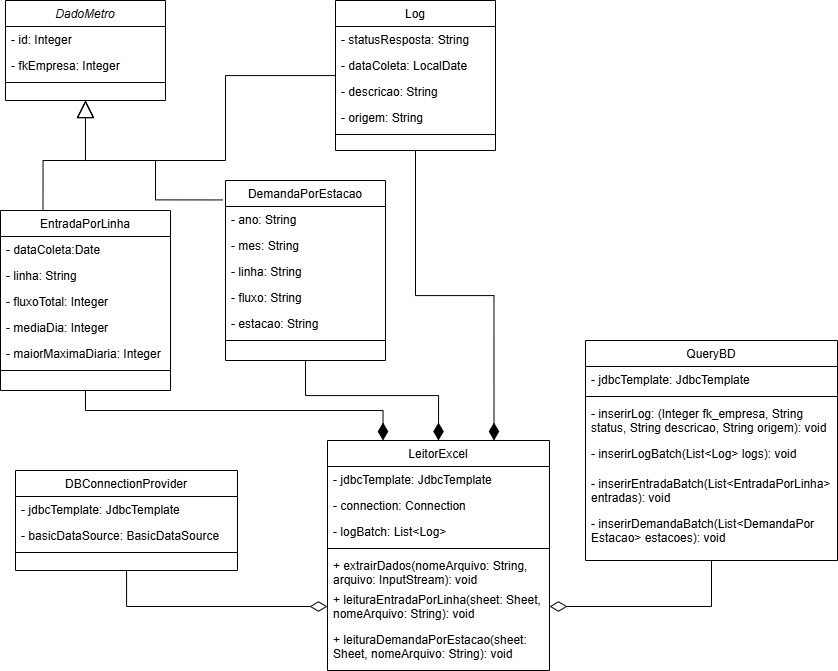
Earlier version of the draw.io export Documentos/Diagramas/Classe/diagrama de classe ETL.png (FaelPavani/FluxoCerto). Source tidied: cells renumbered, new cells last; positions are measured from the earlier drawing's top-left corner, leaving out a move shared by most shapes.
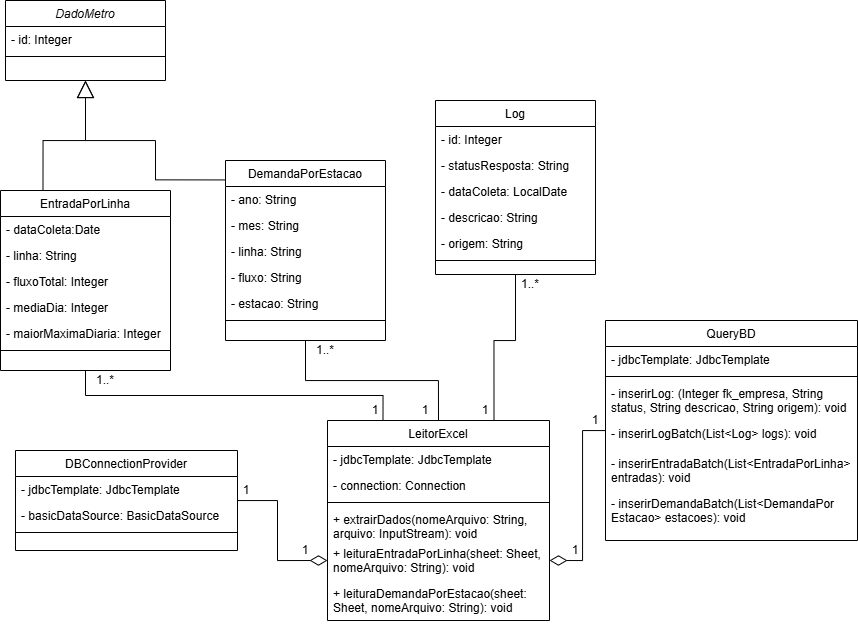
Above is the later version.

Commit message:
Atualizei o nome do diagrama de sequencia de cadastro

What changed in the source:
```diff
@@ -3,21 +3,18 @@
     <mxCell id="0" />
     <mxCell id="1" parent="0" />
     <mxCell id="2" value="DadoMetro" style="swimlane;fontStyle=2;align=center;verticalAlign=top;horizontal=1;startSize=26;rounded=0;shadow=0;strokeWidth=1;" parent="1" vertex="1">
-      <mxGeometry x="5" width="160" height="100" as="geometry" />
+      <mxGeometry x="5" y="20" width="160" height="80" as="geometry" />
     </mxCell>
     <mxCell id="3" value="- id: Integer" style="text;align=left;verticalAlign=top;spacingLeft=4;spacingRight=4;overflow=hidden;" parent="2" vertex="1">
       <mxGeometry y="26" width="160" height="26" as="geometry" />
     </mxCell>
-    <mxCell id="4" value="- fkEmpresa: Integer " style="text;align=left;verticalAlign=top;spacingLeft=4;spacingRight=4;overflow=hidden;rounded=0;shadow=0;html=0;" parent="2" vertex="1">
-      <mxGeometry y="52" width="160" height="26" as="geometry" />
-    </mxCell>
     <mxCell id="5" style="line;html=1;strokeWidth=1;align=left;verticalAlign=middle;spacingTop=-1;spacingLeft=3;spacingRight=3;labelPosition=right;" parent="2" vertex="1">
-      <mxGeometry y="78" width="160" height="8" as="geometry" />
+      <mxGeometry y="52" width="160" height="8" as="geometry" />
     </mxCell>
     <mxCell id="6" style="edgeStyle=orthogonalEdgeStyle;rounded=0;jettySize=auto;html=1;entryX=0.5;entryY=1;entryDx=0;entryDy=0;endSize=15;endArrow=block;endFill=0;exitX=0.25;exitY=0;exitDx=0;exitDy=0;" parent="1" edge="1" source="8" target="2">
       <mxGeometry relative="1" as="geometry" />
     </mxCell>
-    <mxCell id="7" style="edgeStyle=orthogonalEdgeStyle;rounded=0;jettySize=auto;html=1;entryX=0.25;entryY=0;entryDx=0;entryDy=0;exitX=0.5;exitY=1;exitDx=0;exitDy=0;endArrow=diamondThin;endFill=1;endSize=15;" parent="1" edge="1" source="8" target="24">
+    <mxCell id="7" style="edgeStyle=orthogonalEdgeStyle;rounded=0;jettySize=auto;html=1;entryX=0.25;entryY=0;entryDx=0;entryDy=0;exitX=0.5;exitY=1;exitDx=0;exitDy=0;endArrow=none;endFill=1;endSize=15;startFill=0;" parent="1" edge="1" source="8" target="24">
       <mxGeometry relative="1" as="geometry" />
     </mxCell>
     <mxCell id="8" value="EntradaPorLinha" style="swimlane;fontStyle=0;align=center;verticalAlign=top;horizontal=1;startSize=26;rounded=0;shadow=0;strokeWidth=1;" parent="1" vertex="1">
@@ -41,7 +38,7 @@
     <mxCell id="14" style="line;html=1;strokeWidth=1;align=left;verticalAlign=middle;spacingTop=-1;spacingLeft=3;spacingRight=3;labelPosition=right;" parent="8" vertex="1">
       <mxGeometry y="156" width="170" height="8" as="geometry" />
     </mxCell>
-    <mxCell id="15" style="edgeStyle=orthogonalEdgeStyle;rounded=0;jettySize=auto;html=1;entryX=0.5;entryY=1;entryDx=0;entryDy=0;exitX=-0.018;exitY=0.108;exitDx=0;exitDy=0;exitPerimeter=0;endSize=15;endArrow=block;endFill=0;" parent="1" edge="1" source="17" target="2">
+    <mxCell id="15" style="edgeStyle=orthogonalEdgeStyle;rounded=0;jettySize=auto;html=1;entryX=0.5;entryY=1;entryDx=0;entryDy=0;exitX=0;exitY=0.108;exitDx=0;exitDy=0;exitPerimeter=0;endSize=15;endArrow=block;endFill=0;" parent="1" edge="1" source="17" target="2">
       <mxGeometry relative="1" as="geometry">
         <Array as="points">
           <mxPoint x="155" y="199" />
@@ -50,7 +47,7 @@
         </Array>
       </mxGeometry>
     </mxCell>
-    <mxCell id="16" style="edgeStyle=orthogonalEdgeStyle;rounded=0;jettySize=auto;html=1;entryX=0.5;entryY=0;entryDx=0;entryDy=0;endArrow=diamondThin;endFill=1;endSize=15;" parent="1" edge="1" source="17" target="24">
+    <mxCell id="16" style="edgeStyle=orthogonalEdgeStyle;rounded=0;jettySize=auto;html=1;entryX=0.5;entryY=0;entryDx=0;entryDy=0;endArrow=none;endFill=1;endSize=15;startFill=0;" parent="1" edge="1" source="17" target="24">
       <mxGeometry relative="1" as="geometry" />
     </mxCell>
     <mxCell id="17" value="DemandaPorEstacao" style="swimlane;fontStyle=0;align=center;verticalAlign=top;horizontal=1;startSize=26;rounded=0;shadow=0;strokeWidth=1;" parent="1" vertex="1">
@@ -75,7 +72,7 @@
       <mxGeometry y="156" width="160" height="8" as="geometry" />
     </mxCell>
     <mxCell id="24" value="LeitorExcel" style="swimlane;fontStyle=0;align=center;verticalAlign=top;horizontal=1;startSize=26;rounded=0;shadow=0;strokeWidth=1;" parent="1" vertex="1">
-      <mxGeometry x="327" y="440" width="222" height="230" as="geometry" />
+      <mxGeometry x="327" y="440" width="222" height="200" as="geometry" />
     </mxCell>
     <mxCell id="25" value="- jdbcTemplate: JdbcTemplate" style="text;align=left;verticalAlign=top;spacingLeft=4;spacingRight=4;overflow=hidden;" parent="24" vertex="1">
       <mxGeometry y="26" width="222" height="26" as="geometry" />
@@ -83,20 +80,17 @@
     <mxCell id="26" value="- connection: Connection" style="text;align=left;verticalAlign=top;spacingLeft=4;spacingRight=4;overflow=hidden;rounded=0;shadow=0;html=0;" parent="24" vertex="1">
       <mxGeometry y="52" width="222" height="26" as="geometry" />
     </mxCell>
-    <mxCell id="27" value="- logBatch: List&lt;Log&gt;" style="text;align=left;verticalAlign=top;spacingLeft=4;spacingRight=4;overflow=hidden;rounded=0;shadow=0;html=0;" parent="24" vertex="1">
-      <mxGeometry y="78" width="222" height="26" as="geometry" />
-    </mxCell>
     <mxCell id="28" style="line;html=1;strokeWidth=1;align=left;verticalAlign=middle;spacingTop=-1;spacingLeft=3;spacingRight=3;labelPosition=right;" parent="24" vertex="1">
-      <mxGeometry y="104" width="222" height="8" as="geometry" />
+      <mxGeometry y="78" width="222" height="8" as="geometry" />
     </mxCell>
     <mxCell id="29" value="+ extrairDados(nomeArquivo: String, &#10;arquivo: InputStream): void" style="text;align=left;verticalAlign=top;spacingLeft=4;spacingRight=4;overflow=hidden;" parent="24" vertex="1">
-      <mxGeometry y="112" width="222" height="34" as="geometry" />
+      <mxGeometry y="86" width="222" height="34" as="geometry" />
     </mxCell>
     <mxCell id="30" value="+ leituraEntradaPorLinha(sheet: Sheet, &#10;nomeArquivo: String): void" style="text;align=left;verticalAlign=top;spacingLeft=4;spacingRight=4;overflow=hidden;points=[[0,0.5],[1,0.5]];portConstraint=eastwest;" parent="24" vertex="1">
-      <mxGeometry y="146" width="222" height="40" as="geometry" />
+      <mxGeometry y="120" width="222" height="40" as="geometry" />
     </mxCell>
     <mxCell id="31" value="+ leituraDemandaPorEstacao(sheet: &#10;Sheet, nomeArquivo: String): void" style="text;align=left;verticalAlign=top;spacingLeft=4;spacingRight=4;overflow=hidden;" parent="24" vertex="1">
-      <mxGeometry y="186" width="222" height="40" as="geometry" />
+      <mxGeometry y="160" width="222" height="40" as="geometry" />
     </mxCell>
     <mxCell id="32" style="edgeStyle=orthogonalEdgeStyle;rounded=0;jettySize=auto;html=1;entryX=0;entryY=0.5;entryDx=0;entryDy=0;endArrow=diamondThin;endFill=0;endSize=15;" parent="1" edge="1" source="33" target="30">
       <mxGeometry relative="1" as="geometry" />
@@ -113,46 +107,40 @@
     <mxCell id="36" style="line;html=1;strokeWidth=1;align=left;verticalAlign=middle;spacingTop=-1;spacingLeft=3;spacingRight=3;labelPosition=right;" parent="33" vertex="1">
       <mxGeometry y="78" width="222" height="8" as="geometry" />
     </mxCell>
-    <mxCell id="37" style="edgeStyle=orthogonalEdgeStyle;rounded=0;jettySize=auto;html=1;entryX=0.5;entryY=1;entryDx=0;entryDy=0;endArrow=block;endFill=0;endSize=15;" parent="1" edge="1" source="39" target="2">
-      <mxGeometry relative="1" as="geometry">
-        <Array as="points">
-          <mxPoint x="225" y="75" />
-          <mxPoint x="225" y="160" />
-          <mxPoint x="85" y="160" />
-        </Array>
-      </mxGeometry>
-    </mxCell>
-    <mxCell id="38" style="edgeStyle=orthogonalEdgeStyle;rounded=0;jettySize=auto;html=1;entryX=0.75;entryY=0;entryDx=0;entryDy=0;endArrow=diamondThin;endFill=1;endSize=15;" parent="1" edge="1" source="39" target="24">
+    <mxCell id="38" style="edgeStyle=orthogonalEdgeStyle;rounded=0;jettySize=auto;html=1;entryX=0.75;entryY=0;entryDx=0;entryDy=0;endArrow=none;endFill=1;endSize=15;startFill=0;exitX=0.5;exitY=1;exitDx=0;exitDy=0;" parent="1" edge="1" source="39" target="24">
       <mxGeometry relative="1" as="geometry">
         <Array as="points">
-          <mxPoint x="415" y="295" />
-          <mxPoint x="493" y="295" />
+          <mxPoint x="515" y="360" />
+          <mxPoint x="494" y="360" />
         </Array>
       </mxGeometry>
     </mxCell>
     <mxCell id="39" value="Log" style="swimlane;fontStyle=0;align=center;verticalAlign=top;horizontal=1;startSize=26;rounded=0;shadow=0;strokeWidth=1;" parent="1" vertex="1">
-      <mxGeometry x="335" width="160" height="150" as="geometry" />
+      <mxGeometry x="435" y="120" width="160" height="174" as="geometry" />
     </mxCell>
+    <mxCell id="53" value="- id: Integer" style="text;align=left;verticalAlign=top;spacingLeft=4;spacingRight=4;overflow=hidden;" parent="39" vertex="1">
+      <mxGeometry y="26" width="160" height="26" as="geometry" />
+    </mxCell>
     <mxCell id="40" value="- statusResposta: String" style="text;align=left;verticalAlign=top;spacingLeft=4;spacingRight=4;overflow=hidden;" parent="39" vertex="1">
-      <mxGeometry y="26" width="160" height="26" as="geometry" />
+      <mxGeometry y="52" width="160" height="26" as="geometry" />
     </mxCell>
     <mxCell id="41" value="- dataColeta: LocalDate" style="text;align=left;verticalAlign=top;spacingLeft=4;spacingRight=4;overflow=hidden;" parent="39" vertex="1">
-      <mxGeometry y="52" width="160" height="26" as="geometry" />
+      <mxGeometry y="78" width="160" height="26" as="geometry" />
     </mxCell>
     <mxCell id="42" value="- descricao: String" style="text;align=left;verticalAlign=top;spacingLeft=4;spacingRight=4;overflow=hidden;" parent="39" vertex="1">
-      <mxGeometry y="78" width="160" height="26" as="geometry" />
+      <mxGeometry y="104" width="160" height="26" as="geometry" />
     </mxCell>
     <mxCell id="43" value="- origem: String" style="text;align=left;verticalAlign=top;spacingLeft=4;spacingRight=4;overflow=hidden;" parent="39" vertex="1">
-      <mxGeometry y="104" width="160" height="26" as="geometry" />
+      <mxGeometry y="130" width="160" height="26" as="geometry" />
     </mxCell>
     <mxCell id="44" style="line;html=1;strokeWidth=1;align=left;verticalAlign=middle;spacingTop=-1;spacingLeft=3;spacingRight=3;labelPosition=right;" parent="39" vertex="1">
-      <mxGeometry y="130" width="160" height="8" as="geometry" />
+      <mxGeometry y="156" width="160" height="8" as="geometry" />
     </mxCell>
     <mxCell id="45" style="edgeStyle=orthogonalEdgeStyle;rounded=0;jettySize=auto;html=1;entryX=1;entryY=0.5;entryDx=0;entryDy=0;endSize=15;endArrow=diamondThin;endFill=0;" parent="1" edge="1" source="46" target="30">
       <mxGeometry relative="1" as="geometry" />
     </mxCell>
     <mxCell id="46" value="QueryBD" style="swimlane;fontStyle=0;align=center;verticalAlign=top;horizontal=1;startSize=26;rounded=0;shadow=0;strokeWidth=1;" parent="1" vertex="1">
-      <mxGeometry x="585" y="340" width="252" height="220" as="geometry" />
+      <mxGeometry x="605" y="340" width="252" height="220" as="geometry" />
     </mxCell>
     <mxCell id="47" value="- jdbcTemplate: JdbcTemplate" style="text;align=left;verticalAlign=top;spacingLeft=4;spacingRight=4;overflow=hidden;" parent="46" vertex="1">
       <mxGeometry y="26" width="252" height="26" as="geometry" />
@@ -172,5 +160,35 @@
     <mxCell id="52" value="- inserirDemandaBatch(List&lt;DemandaPor&#10;Estacao&gt; estacoes): void" style="text;align=left;verticalAlign=top;spacingLeft=4;spacingRight=4;overflow=hidden;rounded=0;shadow=0;html=0;" parent="46" vertex="1">
       <mxGeometry y="170" width="252" height="40" as="geometry" />
     </mxCell>
+    <mxCell id="54" value="1..*" style="text;html=1;align=center;verticalAlign=middle;whiteSpace=wrap;rounded=0;" parent="1" vertex="1">
+      <mxGeometry x="305" y="360" width="40" height="20" as="geometry" />
+    </mxCell>
+    <mxCell id="55" value="1..*" style="text;html=1;align=center;verticalAlign=middle;whiteSpace=wrap;rounded=0;" parent="1" vertex="1">
+      <mxGeometry x="85" y="390" width="40" height="20" as="geometry" />
+    </mxCell>
+    <mxCell id="56" value="1..*" style="text;html=1;align=center;verticalAlign=middle;whiteSpace=wrap;rounded=0;" parent="1" vertex="1">
+      <mxGeometry x="515" y="294" width="30" height="20" as="geometry" />
+    </mxCell>
+    <mxCell id="57" value="1" style="text;html=1;align=center;verticalAlign=middle;whiteSpace=wrap;rounded=0;" parent="1" vertex="1">
+      <mxGeometry x="237" y="500" width="18" height="20" as="geometry" />
+    </mxCell>
+    <mxCell id="58" value="1" style="text;html=1;align=center;verticalAlign=middle;whiteSpace=wrap;rounded=0;" parent="1" vertex="1">
+      <mxGeometry x="585" y="430" width="20" height="20" as="geometry" />
+    </mxCell>
+    <mxCell id="59" value="1" style="text;html=1;align=center;verticalAlign=middle;whiteSpace=wrap;rounded=0;" parent="1" vertex="1">
+      <mxGeometry x="365" y="420" width="20" height="20" as="geometry" />
+    </mxCell>
+    <mxCell id="60" value="1" style="text;html=1;align=center;verticalAlign=middle;whiteSpace=wrap;rounded=0;" parent="1" vertex="1">
+      <mxGeometry x="415" y="420" width="20" height="20" as="geometry" />
+    </mxCell>
+    <mxCell id="61" value="1" style="text;html=1;align=center;verticalAlign=middle;whiteSpace=wrap;rounded=0;" parent="1" vertex="1">
+      <mxGeometry x="475" y="420" width="20" height="20" as="geometry" />
+    </mxCell>
+    <mxCell id="62" value="1" style="text;html=1;align=center;verticalAlign=middle;whiteSpace=wrap;rounded=0;" parent="1" vertex="1">
+      <mxGeometry x="295" y="560" width="20" height="20" as="geometry" />
+    </mxCell>
+    <mxCell id="63" value="1" style="text;html=1;align=center;verticalAlign=middle;whiteSpace=wrap;rounded=0;" parent="1" vertex="1">
+      <mxGeometry x="565" y="560" width="20" height="20" as="geometry" />
+    </mxCell>
   </root>
 </mxGraphModel>
```
